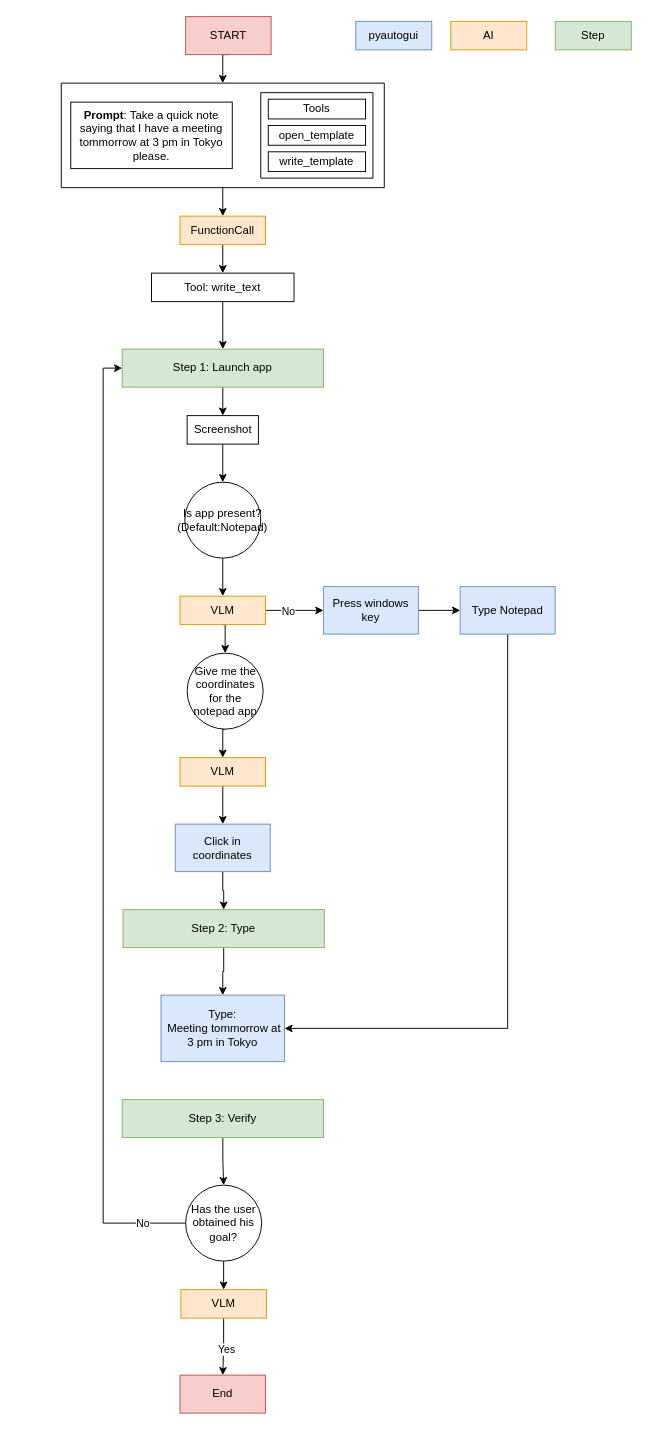
The draw.io diagram Workflows/Write_Template.drawio in gontorrs/autopilot, before the edit. Source tidied: cells renumbered, new cells numbered last; positions are measured from the earlier drawing's top-left corner, leaving out a move shared by most shapes. Both pictures are drawn from the tidied source at 95%, with x=0, y=0 at pixel (61, 16).
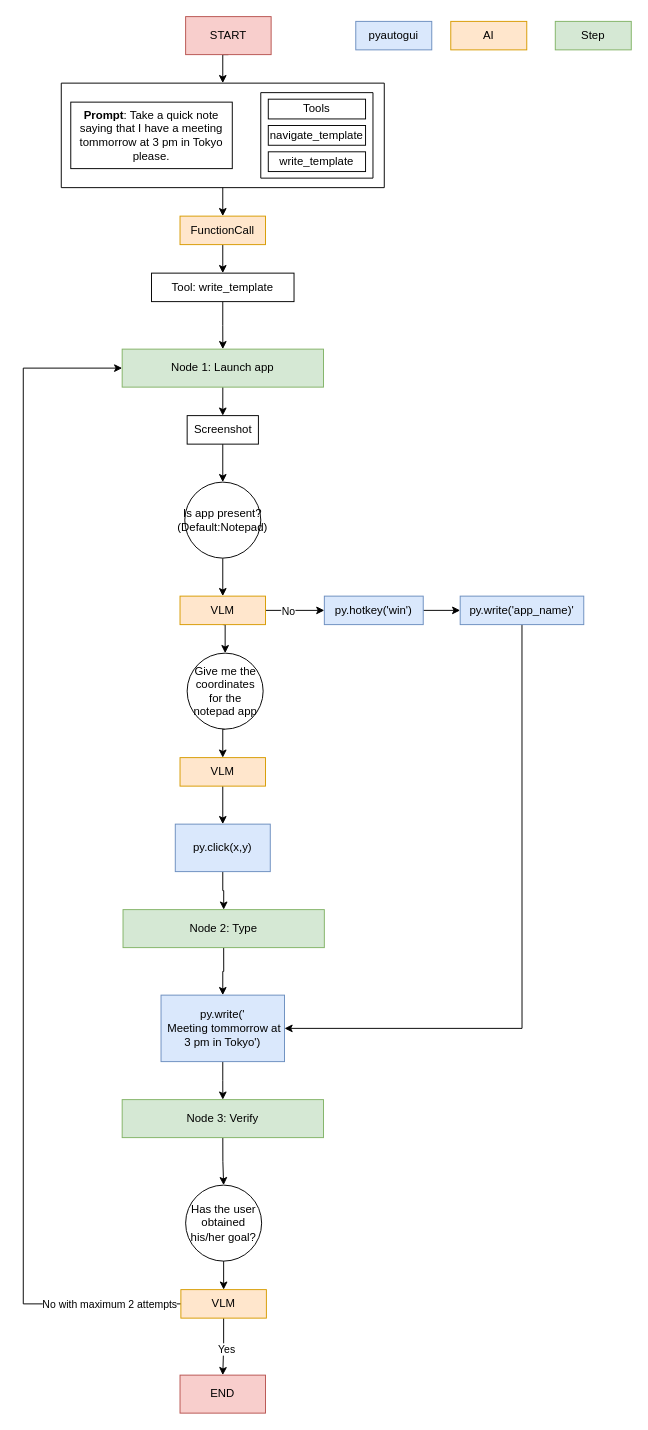
The same diagram, later.

Unchanged cells that the change refers to:
```xml
<mxCell id="16" style="group;" parent="15" vertex="1">
  <mxGeometry x="210" y="10" width="118.1" height="90" as="geometry" />
</mxCell>
<mxCell id="52" value="VLM" style="rounded=0;whiteSpace=wrap;html=1;fillColor=#ffe6cc;strokeColor=#d79b00;" parent="1" vertex="1">
  <mxGeometry x="125.9" y="1340" width="90" height="30" as="geometry" />
</mxCell>
```

Change to the diagram source:
```diff
@@
-    <mxCell id="3" value="Step 1: Launch app" style="rounded=0;whiteSpace=wrap;html=1;fillColor=#d5e8d4;strokeColor=#82b366;" parent="1" vertex="1">
+    <mxCell id="3" value="Node 1: Launch app" style="rounded=0;whiteSpace=wrap;html=1;fillColor=#d5e8d4;strokeColor=#82b366;" parent="1" vertex="1">
       <mxGeometry x="64.1" y="350" width="211.9" height="40" as="geometry" />
     </mxCell>
@@
-    <mxCell id="7" value="Tool:&amp;nbsp;write_text" style="rounded=0;whiteSpace=wrap;html=1;" parent="1" vertex="1">
+    <mxCell id="7" value="Tool:&amp;nbsp;write_template" style="rounded=0;whiteSpace=wrap;html=1;" parent="1" vertex="1">
       <mxGeometry x="95" y="270" width="150" height="30" as="geometry" />
     </mxCell>
@@
-    <mxCell id="18" value="open_template" style="rounded=0;whiteSpace=wrap;html=1;" parent="16" vertex="1">
+    <mxCell id="18" value="navigate_template" style="rounded=0;whiteSpace=wrap;html=1;" parent="16" vertex="1">
       <mxGeometry x="7.9" y="34.6" width="102.4" height="20.8" as="geometry" />
     </mxCell>
@@
-    <mxCell id="31" value="Press windows key" style="rounded=0;whiteSpace=wrap;html=1;fillColor=#dae8fc;strokeColor=#6c8ebf;" parent="1" vertex="1">
-      <mxGeometry x="275.9" y="600" width="100" height="50" as="geometry" />
+    <mxCell id="31" value="py.hotkey('win')" style="rounded=0;whiteSpace=wrap;html=1;fillColor=#dae8fc;strokeColor=#6c8ebf;" parent="1" vertex="1">
+      <mxGeometry x="276.9" y="610" width="104.1" height="30" as="geometry" />
     </mxCell>
@@
-    <mxCell id="33" value="Type Notepad" style="rounded=0;whiteSpace=wrap;html=1;fillColor=#dae8fc;strokeColor=#6c8ebf;" parent="1" vertex="1">
-      <mxGeometry x="419.9" y="600" width="100" height="50" as="geometry" />
+    <mxCell id="33" value="py.write('app_name)'" style="rounded=0;whiteSpace=wrap;html=1;fillColor=#dae8fc;strokeColor=#6c8ebf;" parent="1" vertex="1">
+      <mxGeometry x="419.9" y="610" width="130.1" height="30" as="geometry" />
     </mxCell>
@@
-    <mxCell id="35" value="Click in coordinates" style="rounded=0;whiteSpace=wrap;html=1;fillColor=#dae8fc;strokeColor=#6c8ebf;" parent="1" vertex="1">
+    <mxCell id="35" value="py.click(x,y)" style="rounded=0;whiteSpace=wrap;html=1;fillColor=#dae8fc;strokeColor=#6c8ebf;" parent="1" vertex="1">
       <mxGeometry x="120" y="850" width="100" height="50" as="geometry" />
     </mxCell>
@@
+    <mxCell id="53" style="edgeStyle=orthogonalEdgeStyle;rounded=0;jettySize=auto;html=1;exitX=0.5;exitY=1;exitDx=0;exitDy=0;entryX=0.5;entryY=0;entryDx=0;entryDy=0;" parent="1" edge="1" source="40" target="49">
+      <mxGeometry relative="1" as="geometry" />
+    </mxCell>
-    <mxCell id="40" value="Type:&lt;div&gt;&amp;nbsp;Meeting tommorrow at 3 pm in Tokyo&lt;/div&gt;" style="rounded=0;whiteSpace=wrap;html=1;fillColor=#dae8fc;strokeColor=#6c8ebf;" parent="1" vertex="1">
+    <mxCell id="40" value="py.write('&lt;br&gt;&lt;div&gt;&amp;nbsp;Meeting tommorrow at 3 pm in Tokyo')&lt;/div&gt;" style="rounded=0;whiteSpace=wrap;html=1;fillColor=#dae8fc;strokeColor=#6c8ebf;" parent="1" vertex="1">
       <mxGeometry x="105" y="1030" width="130" height="70" as="geometry" />
     </mxCell>
@@
-    <mxCell id="42" value="Step 2: Type" style="rounded=0;whiteSpace=wrap;html=1;fillColor=#d5e8d4;strokeColor=#82b366;" parent="1" vertex="1">
+    <mxCell id="42" value="Node 2: Type" style="rounded=0;whiteSpace=wrap;html=1;fillColor=#d5e8d4;strokeColor=#82b366;" parent="1" vertex="1">
       <mxGeometry x="65" y="940" width="211.9" height="40" as="geometry" />
     </mxCell>
-    <mxCell id="43" value="End" style="rounded=0;whiteSpace=wrap;html=1;fillColor=#f8cecc;strokeColor=#b85450;" parent="1" vertex="1">
+    <mxCell id="43" value="END" style="rounded=0;whiteSpace=wrap;html=1;fillColor=#f8cecc;strokeColor=#b85450;" parent="1" vertex="1">
       <mxGeometry x="125" y="1430" width="90" height="40" as="geometry" />
     </mxCell>
@@
-    <mxCell id="45" style="edgeStyle=orthogonalEdgeStyle;rounded=0;jettySize=auto;html=1;exitX=0;exitY=0.5;exitDx=0;exitDy=0;entryX=0;entryY=0.5;entryDx=0;entryDy=0;" parent="1" edge="1" source="47" target="3">
-      <mxGeometry relative="1" as="geometry" />
-    </mxCell>
-    <mxCell id="46" value="No" style="edgeLabel;html=1;align=center;verticalAlign=middle;" parent="45" vertex="1">
-      <mxGeometry x="-0.91" relative="1" as="geometry" />
-    </mxCell>
-    <mxCell id="47" value="Has the user obtained his goal?" style="ellipse;whiteSpace=wrap;html=1;" parent="1" vertex="1">
+    <mxCell id="47" value="Has the user obtained his/her goal?" style="ellipse;whiteSpace=wrap;html=1;" parent="1" vertex="1">
       <mxGeometry x="130.9" y="1230" width="80" height="80" as="geometry" />
     </mxCell>
@@
-    <mxCell id="49" value="Step 3: Verify" style="rounded=0;whiteSpace=wrap;html=1;fillColor=#d5e8d4;strokeColor=#82b366;" parent="1" vertex="1">
+    <mxCell id="49" value="Node 3: Verify" style="rounded=0;whiteSpace=wrap;html=1;fillColor=#d5e8d4;strokeColor=#82b366;" parent="1" vertex="1">
       <mxGeometry x="64.1" y="1140" width="211.9" height="40" as="geometry" />
     </mxCell>
@@
+    <mxCell id="54" style="edgeStyle=orthogonalEdgeStyle;rounded=0;jettySize=auto;html=1;exitX=0;exitY=0.5;exitDx=0;exitDy=0;entryX=0;entryY=0.5;entryDx=0;entryDy=0;" parent="1" edge="1" source="52" target="3">
+      <mxGeometry relative="1" as="geometry">
+        <Array as="points">
+          <mxPoint x="-40" y="1355" />
+          <mxPoint x="-40" y="370" />
+        </Array>
+      </mxGeometry>
+    </mxCell>
+    <mxCell id="55" value="No with maximum 2 attempts" style="edgeLabel;html=1;align=center;verticalAlign=middle;" parent="54" vertex="1">
+      <mxGeometry x="-0.84" y="-1" relative="1" as="geometry">
+        <mxPoint x="25" y="1" as="offset" />
+      </mxGeometry>
+    </mxCell>
```
